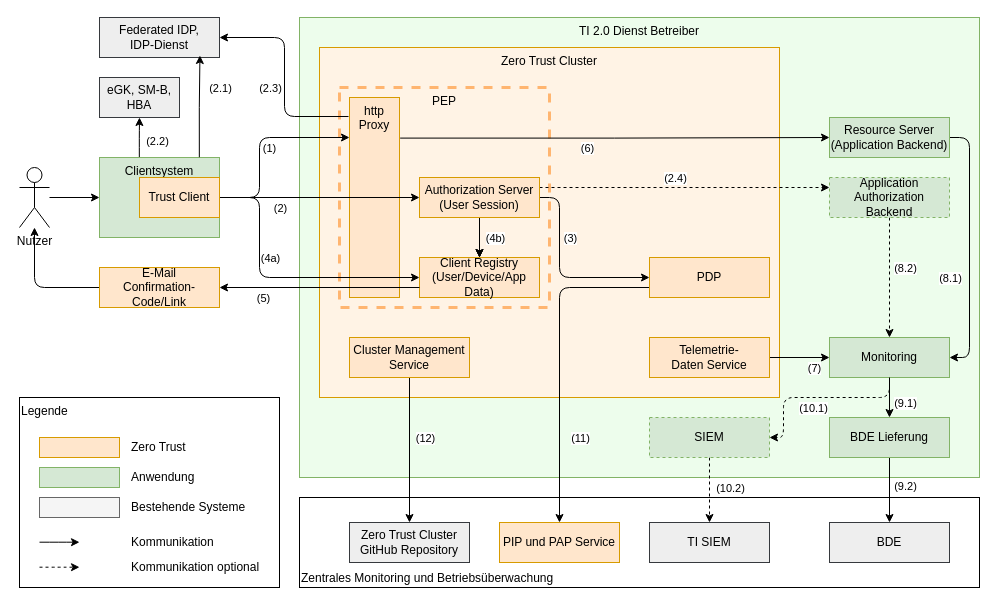
Before: src/drawio/Zero-Trust_Architektur.drawio in gematik/spec-t20r, a draw.io diagram. Source tidied: cells renumbered, new cells numbered last; positions are measured from the earlier drawing's top-left corner, leaving out a move shared by most shapes. Both pictures are drawn from the tidied source at 100%, with x=0, y=0 at pixel (19, 17).
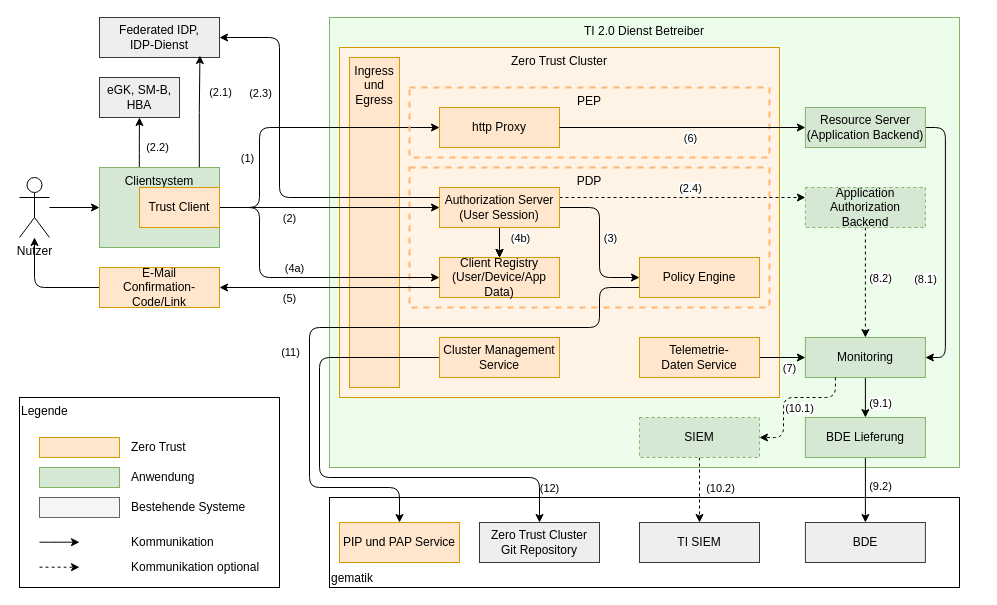
The same diagram, later.

Unchanged cells that the change refers to:
```xml
<mxCell id="9" style="edgeStyle=orthogonalEdgeStyle;rounded=0;jettySize=auto;html=1;entryX=0.5;entryY=0;entryDx=0;entryDy=0;" parent="1" edge="1" source="15" target="21">
  <mxGeometry relative="1" as="geometry" />
</mxCell>
<mxCell id="13" style="edgeStyle=orthogonalEdgeStyle;rounded=0;jettySize=auto;html=1;entryX=0;entryY=0.25;entryDx=0;entryDy=0;dashed=1;exitX=1;exitY=0.25;exitDx=0;exitDy=0;" parent="1" edge="1" source="15" target="27">
  <mxGeometry relative="1" as="geometry" />
</mxCell>
<mxCell id="25" style="edgeStyle=orthogonalEdgeStyle;rounded=0;jettySize=auto;html=1;entryX=0.5;entryY=0;entryDx=0;entryDy=0;dashed=1;" parent="1" edge="1" source="27" target="36">
  <mxGeometry relative="1" as="geometry" />
</mxCell>
<mxCell id="28" style="edgeStyle=orthogonalEdgeStyle;rounded=0;jettySize=auto;html=1;" parent="1" edge="1" source="30" target="36">
  <mxGeometry relative="1" as="geometry" />
</mxCell>
<mxCell id="47" value="Federated IDP,&lt;div&gt;IDP-Dienst&lt;/div&gt;" style="rounded=0;whiteSpace=wrap;html=1;fillColor=#eeeeee;strokeColor=#36393d;" parent="1" vertex="1">
  <mxGeometry x="80" width="120" height="40" as="geometry" />
</mxCell>
<mxCell id="75" style="edgeStyle=orthogonalEdgeStyle;rounded=0;jettySize=auto;html=1;entryX=0;entryY=0.5;entryDx=0;entryDy=0;" parent="1" edge="1" source="41" target="15">
  <mxGeometry relative="1" as="geometry" />
</mxCell>
<mxCell id="79" style="edgeStyle=orthogonalEdgeStyle;rounded=0;jettySize=auto;html=1;entryX=1;entryY=0.5;entryDx=0;entryDy=0;exitX=0;exitY=0.75;exitDx=0;exitDy=0;" parent="1" edge="1" source="21" target="45">
  <mxGeometry relative="1" as="geometry" />
</mxCell>
```

Diff of the diagram source:
```diff
@@
+    <mxCell id="4" value="TI 2.0 Dienst Betreiber" style="rounded=0;whiteSpace=wrap;html=1;fillColor=#edfdec;strokeColor=#82b366;align=center;verticalAlign=top;" parent="1" vertex="1">
+      <mxGeometry x="310" width="630" height="450" as="geometry" />
+    </mxCell>
+    <mxCell id="5" value="Zero Trust Cluster" style="rounded=0;whiteSpace=wrap;html=1;align=center;verticalAlign=top;fillColor=#fff3e5;strokeColor=#d79b00;" parent="1" vertex="1">
+      <mxGeometry x="320" y="30" width="440" height="350" as="geometry" />
+    </mxCell>
+    <mxCell id="74" value="Ingress&lt;div&gt;und&lt;/div&gt;&lt;div&gt;Egress&lt;div&gt;&lt;/div&gt;&lt;/div&gt;" style="rounded=0;whiteSpace=wrap;html=1;fillColor=#ffe6cc;strokeColor=#d79b00;verticalAlign=top;" parent="1" vertex="1">
+      <mxGeometry x="330" y="40" width="50" height="330" as="geometry" />
+    </mxCell>
@@
-    <mxCell id="3" value="Zentrales Monitoring und Betriebsüberwachung" style="rounded=0;whiteSpace=wrap;html=1;align=left;verticalAlign=bottom;" parent="1" vertex="1">
-      <mxGeometry x="280" y="480" width="680" height="90" as="geometry" />
+    <mxCell id="3" value="gematik" style="rounded=0;whiteSpace=wrap;html=1;align=left;verticalAlign=bottom;" parent="1" vertex="1">
+      <mxGeometry x="310" y="480" width="630" height="90" as="geometry" />
     </mxCell>
-    <mxCell id="4" value="TI 2.0 Dienst Betreiber" style="rounded=0;whiteSpace=wrap;html=1;fillColor=#edfdec;strokeColor=#82b366;align=center;verticalAlign=top;" parent="1" vertex="1">
-      <mxGeometry x="280" width="680" height="460" as="geometry" />
-    </mxCell>
-    <mxCell id="5" value="Zero Trust Cluster" style="rounded=0;whiteSpace=wrap;html=1;align=center;verticalAlign=top;fillColor=#fff3e5;strokeColor=#d79b00;" parent="1" vertex="1">
-      <mxGeometry x="300" y="30" width="460" height="350" as="geometry" />
-    </mxCell>
-    <mxCell id="6" value="PEP" style="rounded=0;whiteSpace=wrap;html=1;fillColor=none;verticalAlign=top;strokeColor=#FFB570;dashed=1;strokeWidth=3;" parent="1" vertex="1">
-      <mxGeometry x="320" y="70" width="210" height="220" as="geometry" />
+    <mxCell id="6" value="PDP" style="rounded=0;whiteSpace=wrap;html=1;fillColor=none;verticalAlign=top;strokeColor=#FFB570;dashed=1;strokeWidth=2;" parent="1" vertex="1">
+      <mxGeometry x="390" y="150" width="360" height="140" as="geometry" />
     </mxCell>
-    <mxCell id="7" style="edgeStyle=orthogonalEdgeStyle;rounded=1;jettySize=auto;html=1;entryX=0;entryY=0.5;entryDx=0;entryDy=0;curved=0;enumerate=0;startArrow=none;startFill=0;" parent="1" edge="1" source="15" target="18">
+    <mxCell id="7" style="edgeStyle=orthogonalEdgeStyle;rounded=1;jettySize=auto;html=1;entryX=0;entryY=0.5;entryDx=0;entryDy=0;curved=0;enumerate=0;startArrow=none;startFill=0;exitX=1;exitY=0.5;exitDx=0;exitDy=0;" parent="1" edge="1" source="15" target="18">
       <mxGeometry relative="1" as="geometry">
         <Array as="points">
-          <mxPoint x="540" y="180" />
-          <mxPoint x="540" y="260" />
+          <mxPoint x="580" y="190" />
+          <mxPoint x="580" y="260" />
         </Array>
       </mxGeometry>
     </mxCell>
     <mxCell id="8" value="(3)" style="edgeLabel;html=1;align=center;verticalAlign=middle;" parent="7" vertex="1">
       <mxGeometry x="0.11" y="2" relative="1" as="geometry">
-        <mxPoint x="5" y="-38" as="offset" />
+        <mxPoint x="8" y="-13" as="offset" />
       </mxGeometry>
     </mxCell>
@@
     <mxCell id="10" value="(4b)" style="edgeLabel;html=1;align=center;verticalAlign=middle;" parent="9" vertex="1">
       <mxGeometry x="-0.23" relative="1" as="geometry">
-        <mxPoint x="15" y="5" as="offset" />
+        <mxPoint x="20" y="-9" as="offset" />
       </mxGeometry>
     </mxCell>
@@
     <mxCell id="14" value="(2.4)" style="edgeLabel;html=1;align=center;verticalAlign=middle;" parent="13" vertex="1">
       <mxGeometry y="3" relative="1" as="geometry">
-        <mxPoint x="-10" y="-7" as="offset" />
+        <mxPoint x="7" y="-7" as="offset" />
       </mxGeometry>
     </mxCell>
     <mxCell id="15" value="Authorization Server&lt;div&gt;(User Session)&lt;/div&gt;" style="rounded=0;whiteSpace=wrap;html=1;fillColor=#ffe6cc;strokeColor=#d79b00;" parent="1" vertex="1">
-      <mxGeometry x="400" y="160" width="120" height="40" as="geometry" />
+      <mxGeometry x="420" y="170" width="120" height="40" as="geometry" />
     </mxCell>
     <mxCell id="16" style="edgeStyle=orthogonalEdgeStyle;rounded=1;jettySize=auto;html=1;entryX=0.5;entryY=0;entryDx=0;entryDy=0;exitX=0;exitY=0.75;exitDx=0;exitDy=0;curved=0;" parent="1" edge="1" source="18" target="59">
       <mxGeometry relative="1" as="geometry">
         <Array as="points">
-          <mxPoint x="540" y="270" />
+          <mxPoint x="580" y="270" />
+          <mxPoint x="580" y="310" />
+          <mxPoint x="290" y="310" />
+          <mxPoint x="290" y="470" />
+          <mxPoint x="380" y="470" />
         </Array>
       </mxGeometry>
     </mxCell>
     <mxCell id="17" value="(11)" style="edgeLabel;html=1;align=center;verticalAlign=middle;" parent="16" vertex="1">
       <mxGeometry x="0.4" y="-1" relative="1" as="geometry">
-        <mxPoint x="21" y="13" as="offset" />
+        <mxPoint x="-19" y="-64" as="offset" />
       </mxGeometry>
     </mxCell>
-    <mxCell id="18" value="PDP" style="rounded=0;whiteSpace=wrap;html=1;fillColor=#ffe6cc;strokeColor=#d79b00;" parent="1" vertex="1">
-      <mxGeometry x="630" y="240" width="120" height="40" as="geometry" />
+    <mxCell id="18" value="Policy Engine" style="rounded=0;whiteSpace=wrap;html=1;fillColor=#ffe6cc;strokeColor=#d79b00;" parent="1" vertex="1">
+      <mxGeometry x="620" y="240" width="120" height="40" as="geometry" />
     </mxCell>
-    <mxCell id="19" style="edgeStyle=orthogonalEdgeStyle;rounded=0;jettySize=auto;html=1;entryX=0;entryY=0.5;entryDx=0;entryDy=0;exitX=1.013;exitY=0.203;exitDx=0;exitDy=0;exitPerimeter=0;" parent="1" edge="1" source="74" target="24">
-      <mxGeometry relative="1" as="geometry" />
-    </mxCell>
-    <mxCell id="20" value="(6)" style="edgeLabel;html=1;align=center;verticalAlign=middle;" parent="19" vertex="1">
-      <mxGeometry x="-0.4" y="1" relative="1" as="geometry">
-        <mxPoint x="58" y="11" as="offset" />
-      </mxGeometry>
-    </mxCell>
     <mxCell id="21" value="Client Registry&lt;div&gt;(User/Device/App Data)&lt;/div&gt;" style="rounded=0;whiteSpace=wrap;html=1;fillColor=#ffe6cc;strokeColor=#d79b00;" parent="1" vertex="1">
-      <mxGeometry x="400" y="240" width="120" height="40" as="geometry" />
+      <mxGeometry x="420" y="240" width="120" height="40" as="geometry" />
     </mxCell>
-    <mxCell id="22" style="edgeStyle=orthogonalEdgeStyle;rounded=1;jettySize=auto;html=1;entryX=1;entryY=0.5;entryDx=0;entryDy=0;curved=0;" parent="1" edge="1" source="24" target="36">
+    <mxCell id="22" style="edgeStyle=orthogonalEdgeStyle;rounded=1;jettySize=auto;html=1;entryX=1;entryY=0.5;entryDx=0;entryDy=0;curved=0;exitX=1;exitY=0.5;exitDx=0;exitDy=0;" parent="1" edge="1" source="24" target="36">
       <mxGeometry relative="1" as="geometry">
         <Array as="points">
-          <mxPoint x="950" y="120" />
-          <mxPoint x="950" y="340" />
+          <mxPoint x="925.9" y="110" />
+          <mxPoint x="925.9" y="340" />
         </Array>
       </mxGeometry>
     </mxCell>
     <mxCell id="23" value="(8.1)" style="edgeLabel;html=1;align=center;verticalAlign=middle;" parent="22" vertex="1">
       <mxGeometry x="0.08" y="-1" relative="1" as="geometry">
-        <mxPoint x="-19" y="20" as="offset" />
+        <mxPoint x="-19" y="25" as="offset" />
       </mxGeometry>
     </mxCell>
     <mxCell id="24" value="&lt;div&gt;Resource Server&lt;/div&gt;&lt;div&gt;(Application Backend)&lt;/div&gt;" style="rounded=0;whiteSpace=wrap;html=1;fillColor=#d5e8d4;strokeColor=#82b366;" parent="1" vertex="1">
-      <mxGeometry x="810" y="100" width="120" height="40" as="geometry" />
+      <mxGeometry x="785.9" y="90" width="120" height="40" as="geometry" />
     </mxCell>
@@
     <mxCell id="26" value="(8.2)" style="edgeLabel;html=1;align=center;verticalAlign=middle;" parent="25" vertex="1">
       <mxGeometry x="-0.09" y="1" relative="1" as="geometry">
-        <mxPoint x="14" y="-5" as="offset" />
+        <mxPoint x="14" as="offset" />
       </mxGeometry>
     </mxCell>
     <mxCell id="27" value="&lt;div&gt;Application Authorization Backend&lt;/div&gt;" style="rounded=0;whiteSpace=wrap;html=1;fillColor=#d5e8d4;strokeColor=#82b366;dashed=1;" parent="1" vertex="1">
-      <mxGeometry x="810" y="160" width="120" height="40" as="geometry" />
+      <mxGeometry x="785.9" y="170" width="120" height="40" as="geometry" />
     </mxCell>
@@
     <mxCell id="29" value="(7)" style="edgeLabel;html=1;align=center;verticalAlign=middle;" parent="28" vertex="1">
       <mxGeometry x="0.11" y="-2" relative="1" as="geometry">
-        <mxPoint x="11" y="8" as="offset" />
+        <mxPoint x="4" y="8" as="offset" />
       </mxGeometry>
     </mxCell>
     <mxCell id="30" value="Telemetrie-Daten&amp;nbsp;&lt;span style=&quot;background-color: initial;&quot;&gt;Service&lt;/span&gt;" style="rounded=0;whiteSpace=wrap;html=1;fillColor=#ffe6cc;strokeColor=#d79b00;" parent="1" vertex="1">
-      <mxGeometry x="630" y="320" width="120" height="40" as="geometry" />
+      <mxGeometry x="620" y="320" width="120" height="40" as="geometry" />
     </mxCell>
-    <mxCell id="31" style="edgeStyle=orthogonalEdgeStyle;rounded=1;jettySize=auto;html=1;entryX=0.5;entryY=0;entryDx=0;entryDy=0;curved=0;exitX=0.5;exitY=1;exitDx=0;exitDy=0;" parent="1" edge="1" source="33" target="61">
+    <mxCell id="31" style="edgeStyle=orthogonalEdgeStyle;rounded=1;jettySize=auto;html=1;entryX=0.5;entryY=0;entryDx=0;entryDy=0;curved=0;exitX=0;exitY=0.5;exitDx=0;exitDy=0;" parent="1" edge="1" source="33" target="61">
       <mxGeometry relative="1" as="geometry">
         <Array as="points">
-          <mxPoint x="390" y="360" />
-          <mxPoint x="390" y="505" />
+          <mxPoint x="300" y="340" />
+          <mxPoint x="300" y="460" />
+          <mxPoint x="520" y="460" />
         </Array>
       </mxGeometry>
     </mxCell>
     <mxCell id="32" value="(12)" style="edgeLabel;html=1;align=center;verticalAlign=middle;" parent="31" vertex="1">
       <mxGeometry x="0.49" y="1" relative="1" as="geometry">
-        <mxPoint x="14" y="-48" as="offset" />
+        <mxPoint x="93" y="11" as="offset" />
       </mxGeometry>
     </mxCell>
     <mxCell id="33" value="Cluster Management&lt;div&gt;Service&lt;/div&gt;" style="rounded=0;whiteSpace=wrap;html=1;fillColor=#ffe6cc;strokeColor=#d79b00;" parent="1" vertex="1">
-      <mxGeometry x="330" y="320" width="120" height="40" as="geometry" />
+      <mxGeometry x="420" y="320" width="120" height="40" as="geometry" />
     </mxCell>
@@
     <mxCell id="36" value="&lt;div&gt;Monitoring&lt;/div&gt;" style="rounded=0;whiteSpace=wrap;html=1;fillColor=#d5e8d4;strokeColor=#82b366;" parent="1" vertex="1">
-      <mxGeometry x="810" y="320" width="120" height="40" as="geometry" />
+      <mxGeometry x="785.9" y="320" width="120" height="40" as="geometry" />
     </mxCell>
-    <mxCell id="37" style="edgeStyle=orthogonalEdgeStyle;rounded=1;jettySize=auto;html=1;curved=0;entryX=0;entryY=0.2;entryDx=0;entryDy=0;entryPerimeter=0;" parent="1" edge="1" source="41" target="74">
+    <mxCell id="37" style="edgeStyle=orthogonalEdgeStyle;rounded=1;jettySize=auto;html=1;curved=0;entryX=0;entryY=0.5;entryDx=0;entryDy=0;exitX=1;exitY=0.5;exitDx=0;exitDy=0;" parent="1" edge="1" source="81" target="83">
       <mxGeometry relative="1" as="geometry">
         <Array as="points">
-          <mxPoint x="240" y="180" />
-          <mxPoint x="240" y="120" />
+          <mxPoint x="240" y="190" />
+          <mxPoint x="240" y="110" />
         </Array>
       </mxGeometry>
     </mxCell>
     <mxCell id="38" value="(1)" style="edgeLabel;html=1;align=center;verticalAlign=middle;" parent="37" vertex="1">
       <mxGeometry x="0.15" y="1" relative="1" as="geometry">
-        <mxPoint y="11" as="offset" />
+        <mxPoint x="-66" y="31" as="offset" />
       </mxGeometry>
     </mxCell>
@@
     <mxCell id="41" value="Clientsystem" style="rounded=0;whiteSpace=wrap;html=1;fillColor=#d5e8d4;strokeColor=#82b366;verticalAlign=top;" parent="1" vertex="1">
-      <mxGeometry x="80" y="140" width="120" height="80" as="geometry" />
+      <mxGeometry x="80" y="150" width="120" height="80" as="geometry" />
     </mxCell>
@@
     <mxCell id="43" value="Nutzer" style="shape=umlActor;verticalLabelPosition=bottom;verticalAlign=top;html=1;outlineConnect=0;" parent="1" vertex="1">
-      <mxGeometry y="150" width="30" height="60" as="geometry" />
+      <mxGeometry y="160" width="30" height="60" as="geometry" />
     </mxCell>
@@
     <mxCell id="52" value="&lt;div&gt;BDE Lieferung&lt;/div&gt;" style="rounded=0;whiteSpace=wrap;html=1;fillColor=#d5e8d4;strokeColor=#82b366;" parent="1" vertex="1">
-      <mxGeometry x="810" y="400" width="120" height="40" as="geometry" />
+      <mxGeometry x="785.9" y="400" width="120" height="40" as="geometry" />
     </mxCell>
@@
     <mxCell id="55" value="&lt;div&gt;SIEM&lt;/div&gt;" style="rounded=0;whiteSpace=wrap;html=1;fillColor=#d5e8d4;strokeColor=#82b366;dashed=1;" parent="1" vertex="1">
-      <mxGeometry x="630" y="400" width="120" height="40" as="geometry" />
+      <mxGeometry x="620" y="400" width="120" height="40" as="geometry" />
     </mxCell>
-    <mxCell id="56" style="edgeStyle=orthogonalEdgeStyle;rounded=1;jettySize=auto;html=1;entryX=1;entryY=0.5;entryDx=0;entryDy=0;dashed=1;curved=0;" parent="1" edge="1" source="36" target="55">
+    <mxCell id="56" style="edgeStyle=orthogonalEdgeStyle;rounded=1;jettySize=auto;html=1;entryX=1;entryY=0.5;entryDx=0;entryDy=0;dashed=1;curved=0;exitX=0.25;exitY=1;exitDx=0;exitDy=0;" parent="1" edge="1" source="36" target="55">
       <mxGeometry relative="1" as="geometry">
         <Array as="points">
-          <mxPoint x="870" y="380" />
+          <mxPoint x="816" y="380" />
           <mxPoint x="764" y="380" />
           <mxPoint x="764" y="420" />
         </Array>
       </mxGeometry>
     </mxCell>
     <mxCell id="57" value="(10.1)" style="edgeLabel;html=1;align=center;verticalAlign=middle;" parent="56" vertex="1">
       <mxGeometry x="-0.05" relative="1" as="geometry">
-        <mxPoint x="-11" y="10" as="offset" />
+        <mxPoint x="9" y="10" as="offset" />
       </mxGeometry>
     </mxCell>
     <mxCell id="58" value="&lt;div&gt;BDE&lt;/div&gt;" style="rounded=0;whiteSpace=wrap;html=1;fillColor=#eeeeee;strokeColor=#36393d;" parent="1" vertex="1">
-      <mxGeometry x="810" y="505" width="120" height="40" as="geometry" />
+      <mxGeometry x="785.9" y="505" width="120" height="40" as="geometry" />
     </mxCell>
     <mxCell id="59" value="PIP und PAP Service" style="rounded=0;whiteSpace=wrap;html=1;fillColor=#ffe6cc;strokeColor=#d79b00;" parent="1" vertex="1">
-      <mxGeometry x="480" y="505" width="120" height="40" as="geometry" />
+      <mxGeometry x="320" y="505" width="120" height="40" as="geometry" />
     </mxCell>
     <mxCell id="60" value="&lt;div&gt;TI SIEM&lt;/div&gt;" style="rounded=0;whiteSpace=wrap;html=1;fillColor=#eeeeee;strokeColor=#36393d;" parent="1" vertex="1">
-      <mxGeometry x="630" y="505" width="120" height="40" as="geometry" />
+      <mxGeometry x="620" y="505" width="120" height="40" as="geometry" />
     </mxCell>
-    <mxCell id="61" value="Zero Trust Cluster GitHub&amp;nbsp;&lt;span style=&quot;background-color: initial;&quot;&gt;Repository&lt;/span&gt;" style="rounded=0;whiteSpace=wrap;html=1;fillColor=#eeeeee;strokeColor=#36393d;" parent="1" vertex="1">
-      <mxGeometry x="330" y="505" width="120" height="40" as="geometry" />
+    <mxCell id="61" value="Zero Trust Cluster Git&amp;nbsp;&lt;span style=&quot;background-color: initial;&quot;&gt;Repository&lt;/span&gt;" style="rounded=0;whiteSpace=wrap;html=1;fillColor=#eeeeee;strokeColor=#36393d;" parent="1" vertex="1">
+      <mxGeometry x="460" y="505" width="120" height="40" as="geometry" />
     </mxCell>
@@
-    <mxCell id="72" style="edgeStyle=orthogonalEdgeStyle;rounded=1;jettySize=auto;html=1;entryX=1;entryY=0.5;entryDx=0;entryDy=0;exitX=-0.02;exitY=0.095;exitDx=0;exitDy=0;exitPerimeter=0;curved=0;" parent="1" edge="1" source="74" target="47">
-      <mxGeometry relative="1" as="geometry" />
-    </mxCell>
-    <mxCell id="73" value="(2.3)" style="edgeLabel;html=1;align=center;verticalAlign=middle;" parent="72" vertex="1">
-      <mxGeometry y="1" relative="1" as="geometry">
-        <mxPoint x="-14" y="11" as="offset" />
-      </mxGeometry>
-    </mxCell>
-    <mxCell id="74" value="http Proxy" style="rounded=0;whiteSpace=wrap;html=1;fillColor=#ffe6cc;strokeColor=#d79b00;verticalAlign=top;" parent="1" vertex="1">
-      <mxGeometry x="330" y="80" width="50" height="200" as="geometry" />
-    </mxCell>
@@
     <mxCell id="76" value="(2)" style="edgeLabel;html=1;align=center;verticalAlign=middle;" parent="75" vertex="1">
       <mxGeometry x="-0.47" y="-3" relative="1" as="geometry">
-        <mxPoint x="7" y="7" as="offset" />
+        <mxPoint x="11" y="7" as="offset" />
       </mxGeometry>
     </mxCell>
-    <mxCell id="77" style="edgeStyle=orthogonalEdgeStyle;rounded=1;jettySize=auto;html=1;curved=0;" parent="1" edge="1" source="41" target="21">
+    <mxCell id="77" style="edgeStyle=orthogonalEdgeStyle;rounded=1;jettySize=auto;html=1;curved=0;exitX=1;exitY=0.5;exitDx=0;exitDy=0;" parent="1" edge="1" source="81" target="21">
       <mxGeometry relative="1" as="geometry">
         <Array as="points">
-          <mxPoint x="240" y="180" />
+          <mxPoint x="240" y="190" />
           <mxPoint x="240" y="260" />
         </Array>
       </mxGeometry>
     </mxCell>
     <mxCell id="78" value="(4a)" style="edgeLabel;html=1;align=center;verticalAlign=middle;" parent="77" vertex="1">
       <mxGeometry x="0.2" y="-1" relative="1" as="geometry">
-        <mxPoint x="-38" y="-21" as="offset" />
+        <mxPoint x="-30" y="-11" as="offset" />
       </mxGeometry>
     </mxCell>
@@
     <mxCell id="80" value="(5)" style="edgeLabel;html=1;align=center;verticalAlign=middle;" parent="79" vertex="1">
       <mxGeometry x="0.38" y="1" relative="1" as="geometry">
-        <mxPoint x="-19" y="9" as="offset" />
+        <mxPoint x="1" y="9" as="offset" />
       </mxGeometry>
     </mxCell>
     <mxCell id="81" value="Trust Client" style="rounded=0;whiteSpace=wrap;html=1;fillColor=#ffe6cc;strokeColor=#d79b00;" parent="1" vertex="1">
-      <mxGeometry x="120" y="160" width="80" height="40" as="geometry" />
+      <mxGeometry x="120" y="170" width="80" height="40" as="geometry" />
     </mxCell>
+    <mxCell id="82" value="PEP" style="rounded=0;whiteSpace=wrap;html=1;fillColor=none;verticalAlign=top;strokeColor=#FFB570;dashed=1;strokeWidth=2;" parent="1" vertex="1">
+      <mxGeometry x="390" y="70" width="360" height="70" as="geometry" />
+    </mxCell>
+    <mxCell id="83" value="http Proxy" style="rounded=0;whiteSpace=wrap;html=1;fillColor=#ffe6cc;strokeColor=#d79b00;" parent="1" vertex="1">
+      <mxGeometry x="420" y="90" width="120" height="40" as="geometry" />
+    </mxCell>
+    <mxCell id="72" style="edgeStyle=orthogonalEdgeStyle;rounded=1;jettySize=auto;html=1;entryX=1;entryY=0.5;entryDx=0;entryDy=0;exitX=0;exitY=0.25;exitDx=0;exitDy=0;curved=0;" parent="1" edge="1" source="15" target="47">
+      <mxGeometry relative="1" as="geometry">
+        <Array as="points">
+          <mxPoint x="260" y="180" />
+          <mxPoint x="260" y="20" />
+        </Array>
+      </mxGeometry>
+    </mxCell>
+    <mxCell id="73" value="(2.3)" style="edgeLabel;html=1;align=center;verticalAlign=middle;" parent="72" vertex="1">
+      <mxGeometry y="1" relative="1" as="geometry">
+        <mxPoint x="-19" y="-75" as="offset" />
+      </mxGeometry>
+    </mxCell>
+    <mxCell id="19" style="edgeStyle=orthogonalEdgeStyle;rounded=1;jettySize=auto;html=1;entryX=0;entryY=0.5;entryDx=0;entryDy=0;exitX=1;exitY=0.5;exitDx=0;exitDy=0;curved=0;" parent="1" edge="1" source="83" target="24">
+      <mxGeometry relative="1" as="geometry" />
+    </mxCell>
+    <mxCell id="20" value="(6)" style="edgeLabel;html=1;align=center;verticalAlign=middle;" parent="19" vertex="1">
+      <mxGeometry x="-0.4" y="1" relative="1" as="geometry">
+        <mxPoint x="56" y="11" as="offset" />
+      </mxGeometry>
+    </mxCell>
```
